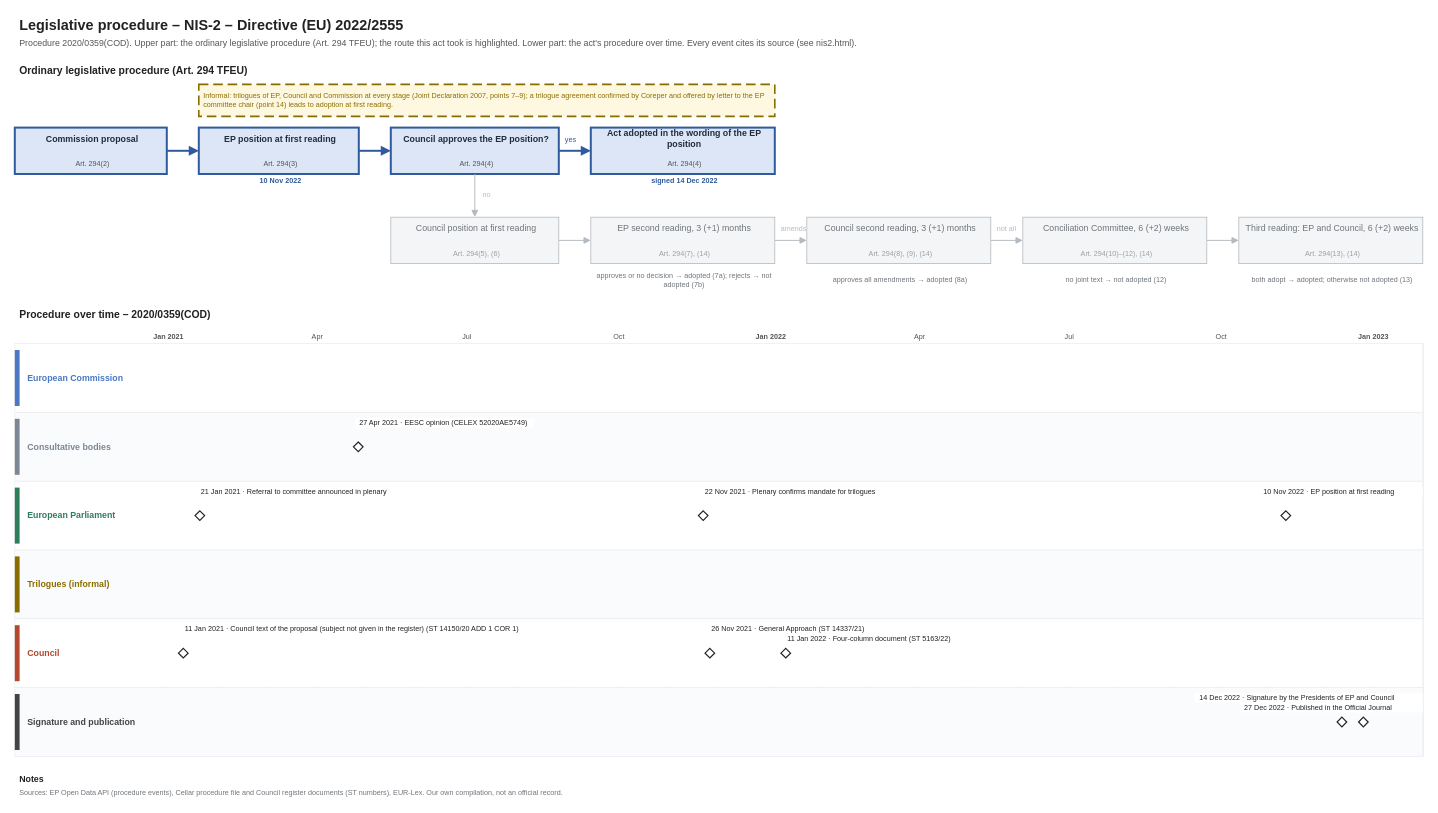
Above: procedures/nis2.drawio in git-z0man/eu-regulation-timeline (draw.io), before the change. Source tidied: cells renumbered, new cells numbered last; positions are measured from the earlier drawing's top-left corner, leaving out a move shared by most shapes. Both pictures are drawn from the tidied source at 80%, with x=0, y=0 at pixel (14, 14).
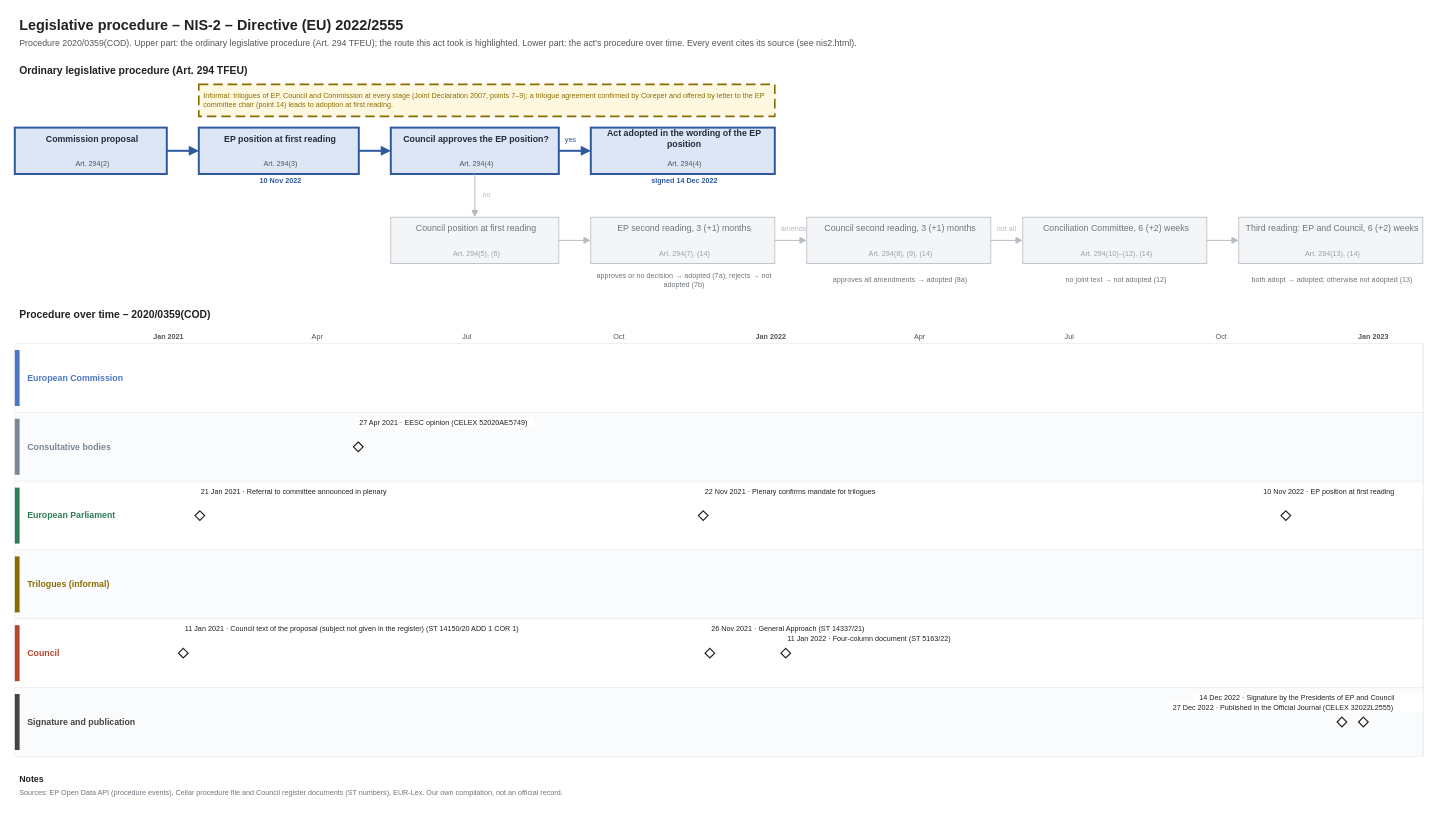
The same diagram, later.

Diff of the diagram source:
```diff
@@
-    <mxCell id="123" value="27 Dec 2022 · Published in the Official Journal" style="text;html=1;fontSize=9;fontColor=#222222;align=left;verticalAlign=middle;spacingLeft=4;fillColor=#ffffff;" parent="1" vertex="1">
-      <mxGeometry x="1531.1" y="861" width="228.9" height="12" as="geometry" />
+    <mxCell id="123" value="27 Dec 2022 · Published in the Official Journal (CELEX 32022L2555)" style="text;html=1;fontSize=9;fontColor=#222222;align=left;verticalAlign=middle;spacingLeft=4;fillColor=#ffffff;" parent="1" vertex="1">
+      <mxGeometry x="1441.8" y="861" width="318.2" height="12" as="geometry" />
     </mxCell>
```
